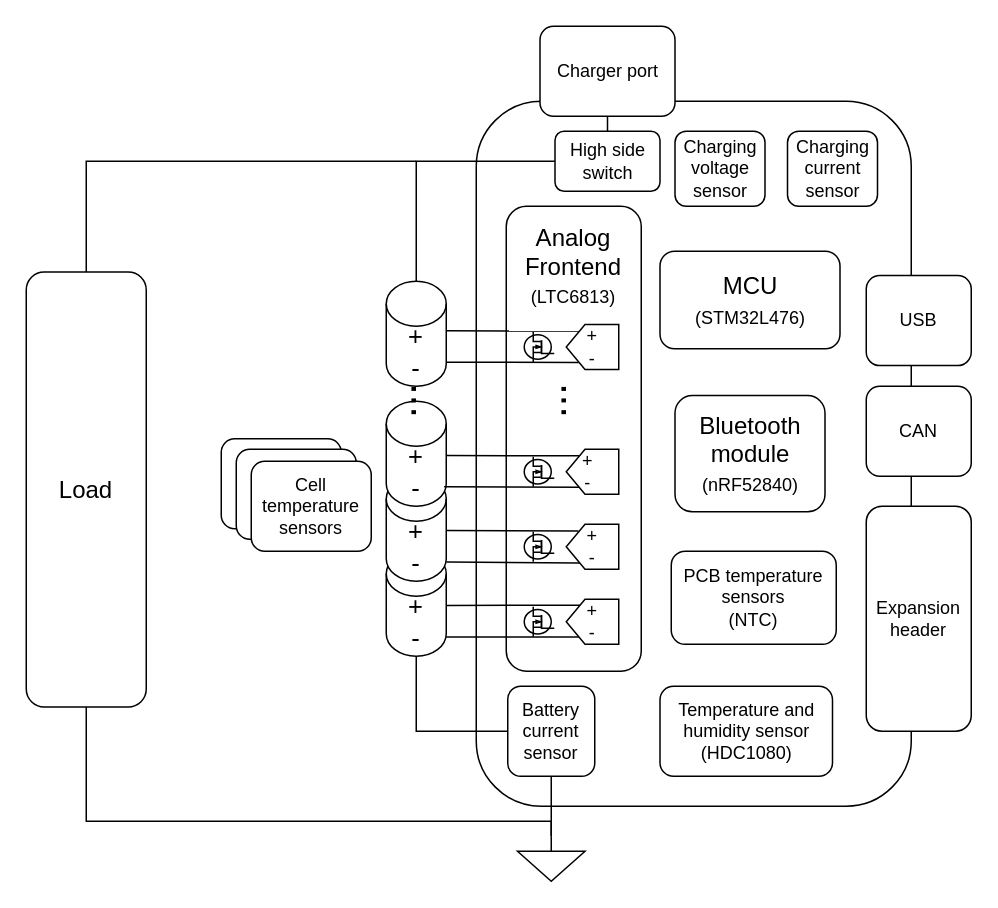
Before: docs/block-diagram.drawio in G-Pereira/greenmobi-bms, a draw.io diagram. Source tidied: cells renumbered, new cells numbered last; positions are measured from the earlier drawing's top-left corner, leaving out a move shared by most shapes. Both pictures are drawn from the tidied source at 150%, with x=0, y=0 at pixel (26, 26).
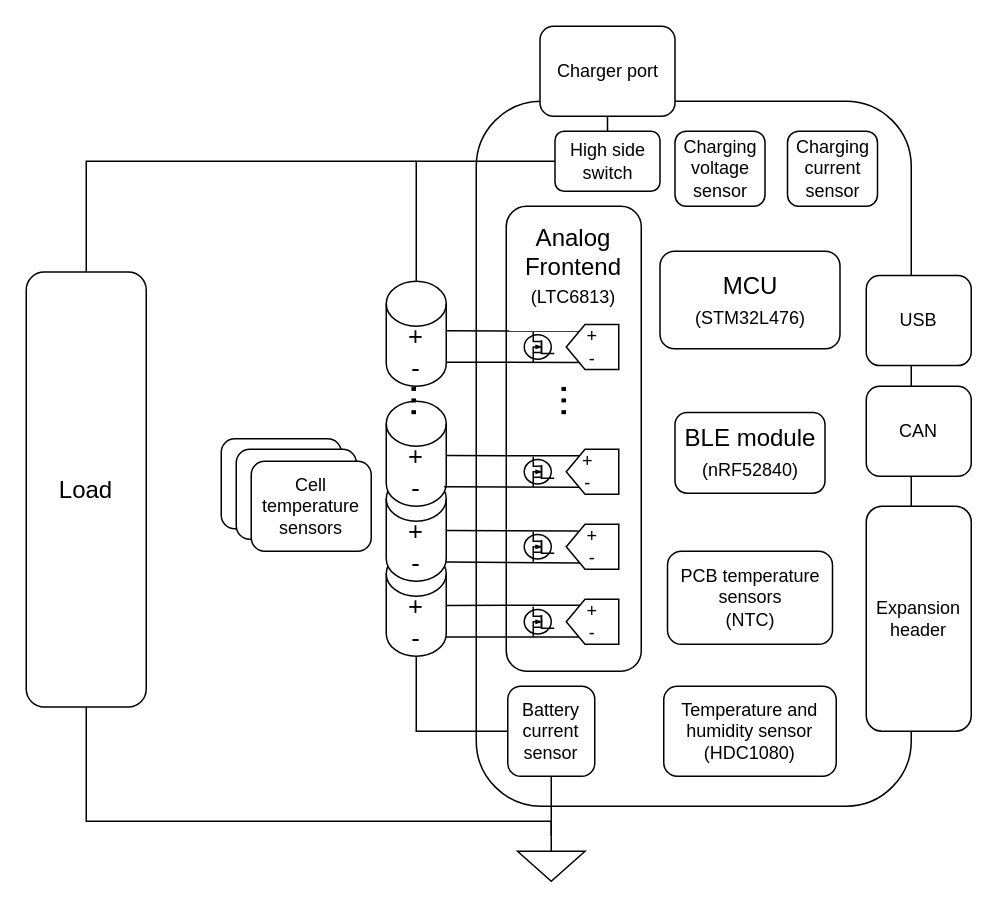
After the change.

Commit message (it also covers changes not shown here):
Change Bluetooth to BLE module

Diff of the diagram source:
```diff
@@
     <mxCell id="34" value="Temperature and humidity sensor&lt;br&gt;(HDC1080)" style="rounded=1;whiteSpace=wrap;html=1;fontSize=12;fillColor=#ffffff;" parent="1" vertex="1">
-      <mxGeometry x="422.5" y="440" width="115" height="60" as="geometry" />
+      <mxGeometry x="425" y="440" width="115" height="60" as="geometry" />
     </mxCell>
@@
-    <mxCell id="42" value="Bluetooth module&lt;br&gt;&lt;font style=&quot;font-size: 12px;&quot;&gt;(nRF52840)&lt;/font&gt;" style="rounded=1;whiteSpace=wrap;html=1;fontSize=16;" parent="1" vertex="1">
-      <mxGeometry x="432.5" y="246.2" width="100" height="77.5" as="geometry" />
+    <mxCell id="42" value="BLE module&lt;br&gt;&lt;font style=&quot;font-size: 12px;&quot;&gt;(nRF52840)&lt;/font&gt;" style="rounded=1;whiteSpace=wrap;html=1;fontSize=16;" parent="1" vertex="1">
+      <mxGeometry x="432.5" y="257.5" width="100" height="53.8" as="geometry" />
     </mxCell>
@@
     <mxCell id="51" value="PCB temperature sensors&lt;br&gt;(NTC)" style="rounded=1;whiteSpace=wrap;html=1;fontSize=12;fillColor=#ffffff;" parent="1" vertex="1">
-      <mxGeometry x="430" y="350" width="110" height="62" as="geometry" />
+      <mxGeometry x="427.5" y="350" width="110" height="62" as="geometry" />
     </mxCell>
```
